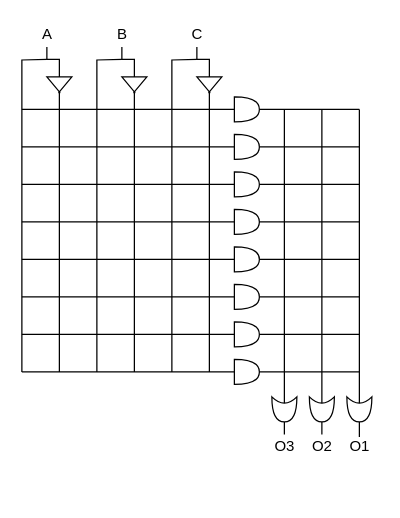
Above: Untitled Diagram.drawio in bubblecup/webserverfunds (draw.io), before the change. Source tidied: cells renumbered, new cells numbered last; positions are measured from the earlier drawing's top-left corner, leaving out a move shared by most shapes. Both pictures are drawn from the tidied source at 125%, with x=0, y=0 at pixel (21, 21).
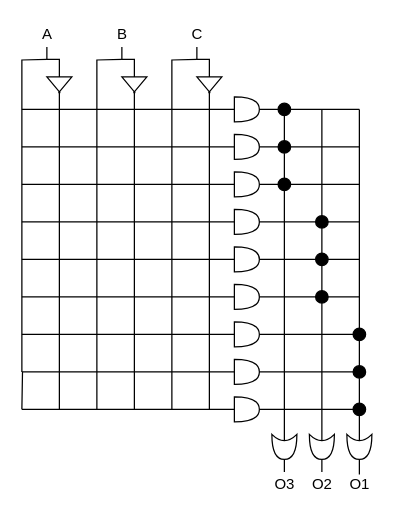
The same diagram, later.

Unchanged cells that the change refers to:
```xml
<mxCell id="4" style="shape=or;whiteSpace=wrap;html=1;" parent="1" vertex="1">
  <mxGeometry x="170" y="60" width="20" height="20" as="geometry" />
</mxCell>
<mxCell id="10" style="verticalLabelPosition=bottom;shadow=0;dashed=0;align=center;fillColor=#ffffff;html=1;verticalAlign=top;strokeWidth=1;shape=mxgraph.electrical.logic_gates.buffer2;negating=1;rotation=90;" parent="1" vertex="1">
  <mxGeometry x="20" y="40" width="20" height="20" as="geometry" />
</mxCell>
<mxCell id="15" style="verticalLabelPosition=bottom;shadow=0;dashed=0;align=center;fillColor=#ffffff;html=1;verticalAlign=top;strokeWidth=1;shape=mxgraph.electrical.logic_gates.buffer2;negating=1;rotation=90;" parent="1" vertex="1">
  <mxGeometry x="80" y="40" width="20" height="20" as="geometry" />
</mxCell>
<mxCell id="20" style="verticalLabelPosition=bottom;shadow=0;dashed=0;align=center;fillColor=#ffffff;html=1;verticalAlign=top;strokeWidth=1;shape=mxgraph.electrical.logic_gates.buffer2;negating=1;rotation=90;" parent="1" vertex="1">
  <mxGeometry x="140" y="40" width="20" height="20" as="geometry" />
</mxCell>
<mxCell id="43" style="shape=or;whiteSpace=wrap;html=1;" parent="1" vertex="1">
  <mxGeometry x="170" y="270" width="20" height="20" as="geometry" />
</mxCell>
```

What changed in the source:
```diff
@@
-    <mxCell id="3" style="edgeStyle=orthogonalEdgeStyle;rounded=0;jettySize=auto;html=1;exitX=1;exitY=0.5;exitDx=0;exitDy=0;exitPerimeter=0;startArrow=none;startFill=0;endArrow=none;endFill=0;" parent="1" edge="1" source="4">
+    <mxCell id="3" style="edgeStyle=orthogonalEdgeStyle;rounded=0;jettySize=auto;html=1;exitX=1;exitY=0.5;exitDx=0;exitDy=0;exitPerimeter=0;startArrow=none;startFill=0;endArrow=none;endFill=0;" parent="1" edge="1" source="59">
       <mxGeometry relative="1" as="geometry">
         <mxPoint x="270" y="70" as="targetPoint" />
       </mxGeometry>
     </mxCell>
+    <mxCell id="53" style="edgeStyle=orthogonalEdgeStyle;rounded=0;jettySize=auto;html=1;exitX=1;exitY=0.5;exitDx=0;exitDy=0;exitPerimeter=0;startArrow=none;startFill=0;endArrow=none;endFill=0;entryX=0;entryY=0.5;entryDx=0;entryDy=0;" parent="1" edge="1" source="4" target="59">
+      <mxGeometry relative="1" as="geometry" />
+    </mxCell>
@@
-    <mxCell id="6" style="edgeStyle=orthogonalEdgeStyle;rounded=0;jettySize=auto;html=1;exitX=0.25;exitY=0.5;exitDx=0;exitDy=0;exitPerimeter=0;startArrow=none;startFill=0;endArrow=none;endFill=0;" parent="1" edge="1" source="7">
+    <mxCell id="6" style="edgeStyle=orthogonalEdgeStyle;rounded=0;jettySize=auto;html=1;exitX=0.25;exitY=0.5;exitDx=0;exitDy=0;exitPerimeter=0;startArrow=none;startFill=0;endArrow=none;endFill=0;" parent="1" edge="1" source="57">
       <mxGeometry relative="1" as="geometry">
         <mxPoint x="210" y="70" as="targetPoint" />
       </mxGeometry>
     </mxCell>
     <mxCell id="7" style="shape=xor;whiteSpace=wrap;html=1;rotation=90;" parent="1" vertex="1">
-      <mxGeometry x="200" y="300" width="20" height="20" as="geometry" />
+      <mxGeometry x="200" y="330" width="20" height="20" as="geometry" />
     </mxCell>
@@
     <mxCell id="9" style="edgeStyle=orthogonalEdgeStyle;rounded=0;jettySize=auto;html=1;exitX=1;exitY=0.5;exitDx=0;exitDy=0;startArrow=none;startFill=0;endArrow=none;endFill=0;" parent="1" edge="1" source="10">
       <mxGeometry relative="1" as="geometry">
-        <mxPoint x="30" y="280" as="targetPoint" />
+        <mxPoint x="30" y="310" as="targetPoint" />
       </mxGeometry>
     </mxCell>
@@
     <mxCell id="14" style="edgeStyle=orthogonalEdgeStyle;rounded=0;jettySize=auto;html=1;exitX=1;exitY=0.5;exitDx=0;exitDy=0;startArrow=none;startFill=0;endArrow=none;endFill=0;" parent="1" edge="1" source="15">
       <mxGeometry relative="1" as="geometry">
-        <mxPoint x="90" y="280" as="targetPoint" />
+        <mxPoint x="90" y="310" as="targetPoint" />
       </mxGeometry>
     </mxCell>
@@
     <mxCell id="16" style="edgeStyle=orthogonalEdgeStyle;rounded=0;orthogonalLoop=1;jettySize=auto;html=1;startArrow=none;startFill=0;endArrow=none;endFill=0;" parent="1" edge="1">
       <mxGeometry relative="1" as="geometry">
         <mxPoint x="80" y="30" as="sourcePoint" />
-        <mxPoint x="60" y="280" as="targetPoint" />
+        <mxPoint x="60" y="310" as="targetPoint" />
       </mxGeometry>
     </mxCell>
@@
     <mxCell id="19" style="edgeStyle=orthogonalEdgeStyle;rounded=0;jettySize=auto;html=1;exitX=1;exitY=0.5;exitDx=0;exitDy=0;startArrow=none;startFill=0;endArrow=none;endFill=0;" parent="1" edge="1" source="20">
       <mxGeometry relative="1" as="geometry">
-        <mxPoint x="150" y="280" as="targetPoint" />
+        <mxPoint x="150" y="310" as="targetPoint" />
       </mxGeometry>
     </mxCell>
@@
     <mxCell id="21" style="edgeStyle=orthogonalEdgeStyle;rounded=0;orthogonalLoop=1;jettySize=auto;html=1;startArrow=none;startFill=0;endArrow=none;endFill=0;" parent="1" edge="1">
       <mxGeometry relative="1" as="geometry">
         <mxPoint x="140" y="30" as="sourcePoint" />
-        <mxPoint x="120" y="280" as="targetPoint" />
+        <mxPoint x="120" y="310" as="targetPoint" />
       </mxGeometry>
     </mxCell>
@@
     <mxCell id="41" style="edgeStyle=orthogonalEdgeStyle;rounded=0;jettySize=auto;html=1;exitX=0;exitY=0.5;exitDx=0;exitDy=0;exitPerimeter=0;startArrow=none;startFill=0;endArrow=none;endFill=0;" parent="1" edge="1" source="43">
       <mxGeometry relative="1" as="geometry">
-        <mxPoint y="280" as="targetPoint" />
+        <mxPoint y="310" as="targetPoint" />
       </mxGeometry>
     </mxCell>
@@
-    <mxCell id="45" style="edgeStyle=orthogonalEdgeStyle;rounded=0;jettySize=auto;html=1;exitX=0.25;exitY=0.5;exitDx=0;exitDy=0;exitPerimeter=0;startArrow=none;startFill=0;endArrow=none;endFill=0;" parent="1" edge="1" source="46">
+    <mxCell id="45" style="edgeStyle=orthogonalEdgeStyle;rounded=0;jettySize=auto;html=1;exitX=0.25;exitY=0.5;exitDx=0;exitDy=0;exitPerimeter=0;startArrow=none;startFill=0;endArrow=none;endFill=0;" parent="1" edge="1" source="68">
       <mxGeometry relative="1" as="geometry">
         <mxPoint x="270" y="70" as="targetPoint" />
+        <Array as="points">
+          <mxPoint x="270" y="250" />
+        </Array>
       </mxGeometry>
     </mxCell>
     <mxCell id="46" style="shape=xor;whiteSpace=wrap;html=1;rotation=90;" parent="1" vertex="1">
-      <mxGeometry x="260" y="300" width="20" height="20" as="geometry" />
+      <mxGeometry x="260" y="330" width="20" height="20" as="geometry" />
     </mxCell>
@@
-    <mxCell id="48" style="edgeStyle=orthogonalEdgeStyle;rounded=0;jettySize=auto;html=1;exitX=0.25;exitY=0.5;exitDx=0;exitDy=0;exitPerimeter=0;startArrow=none;startFill=0;endArrow=none;endFill=0;" parent="1" edge="1" source="49">
+    <mxCell id="48" style="edgeStyle=orthogonalEdgeStyle;rounded=0;jettySize=auto;html=1;exitX=0.5;exitY=0;exitDx=0;exitDy=0;startArrow=none;startFill=0;endArrow=none;endFill=0;" parent="1" edge="1" source="62">
       <mxGeometry relative="1" as="geometry">
         <mxPoint x="240" y="70" as="targetPoint" />
+        <Array as="points">
+          <mxPoint x="240" y="130" />
+          <mxPoint x="240" y="130" />
+        </Array>
       </mxGeometry>
     </mxCell>
     <mxCell id="49" style="shape=xor;whiteSpace=wrap;html=1;rotation=90;" parent="1" vertex="1">
-      <mxGeometry x="230" y="300" width="20" height="20" as="geometry" />
+      <mxGeometry x="230" y="330" width="20" height="20" as="geometry" />
     </mxCell>
     <mxCell id="50" value="O3" style="text;html=1;points=[];align=center;verticalAlign=top;spacingTop=-4;" parent="1" vertex="1">
-      <mxGeometry x="195" y="330" width="30" height="20" as="geometry" />
+      <mxGeometry x="195" y="360" width="30" height="20" as="geometry" />
     </mxCell>
     <mxCell id="51" value="O2" style="text;html=1;points=[];align=center;verticalAlign=top;spacingTop=-4;" parent="1" vertex="1">
-      <mxGeometry x="225" y="330" width="30" height="20" as="geometry" />
+      <mxGeometry x="225" y="360" width="30" height="20" as="geometry" />
     </mxCell>
     <mxCell id="52" value="O1" style="text;html=1;points=[];align=center;verticalAlign=top;spacingTop=-4;" parent="1" vertex="1">
-      <mxGeometry x="255" y="330" width="30" height="20" as="geometry" />
+      <mxGeometry x="255" y="360" width="30" height="20" as="geometry" />
     </mxCell>
+    <mxCell id="54" style="edgeStyle=orthogonalEdgeStyle;rounded=0;jettySize=auto;html=1;exitX=0;exitY=0.5;exitDx=0;exitDy=0;exitPerimeter=0;startArrow=none;startFill=0;endArrow=none;endFill=0;" parent="1" edge="1" source="56">
+      <mxGeometry relative="1" as="geometry">
+        <mxPoint y="310" as="targetPoint" />
+      </mxGeometry>
+    </mxCell>
+    <mxCell id="55" style="edgeStyle=orthogonalEdgeStyle;rounded=0;jettySize=auto;html=1;exitX=1;exitY=0.5;exitDx=0;exitDy=0;exitPerimeter=0;startArrow=none;startFill=0;endArrow=none;endFill=0;" parent="1" edge="1" source="56">
+      <mxGeometry relative="1" as="geometry">
+        <mxPoint x="270" y="310" as="targetPoint" />
+      </mxGeometry>
+    </mxCell>
+    <mxCell id="56" style="shape=or;whiteSpace=wrap;html=1;" parent="1" vertex="1">
+      <mxGeometry x="170" y="300" width="20" height="20" as="geometry" />
+    </mxCell>
+    <mxCell id="57" style="ellipse;whiteSpace=wrap;html=1;fillColor=#000000;" parent="1" vertex="1">
+      <mxGeometry x="205" y="95" width="10" height="10" as="geometry" />
+    </mxCell>
+    <mxCell id="58" style="edgeStyle=orthogonalEdgeStyle;rounded=0;jettySize=auto;html=1;exitX=0.25;exitY=0.5;exitDx=0;exitDy=0;exitPerimeter=0;startArrow=none;startFill=0;endArrow=none;endFill=0;" parent="1" edge="1" source="60" target="57">
+      <mxGeometry relative="1" as="geometry">
+        <Array as="points">
+          <mxPoint x="210" y="120" />
+          <mxPoint x="210" y="120" />
+        </Array>
+      </mxGeometry>
+    </mxCell>
+    <mxCell id="59" style="ellipse;whiteSpace=wrap;html=1;fillColor=#000000;" parent="1" vertex="1">
+      <mxGeometry x="205" y="65" width="10" height="10" as="geometry" />
+    </mxCell>
+    <mxCell id="60" style="ellipse;whiteSpace=wrap;html=1;fillColor=#000000;" parent="1" vertex="1">
+      <mxGeometry x="205" y="125" width="10" height="10" as="geometry" />
+    </mxCell>
+    <mxCell id="61" style="edgeStyle=orthogonalEdgeStyle;rounded=0;jettySize=auto;html=1;exitX=0.25;exitY=0.5;exitDx=0;exitDy=0;exitPerimeter=0;startArrow=none;startFill=0;endArrow=none;endFill=0;" parent="1" edge="1" source="7" target="60">
+      <mxGeometry relative="1" as="geometry" />
+    </mxCell>
+    <mxCell id="62" style="ellipse;whiteSpace=wrap;html=1;fillColor=#000000;" parent="1" vertex="1">
+      <mxGeometry x="235" y="155" width="10" height="10" as="geometry" />
+    </mxCell>
+    <mxCell id="63" style="edgeStyle=orthogonalEdgeStyle;rounded=0;jettySize=auto;html=1;exitX=0.25;exitY=0.5;exitDx=0;exitDy=0;exitPerimeter=0;startArrow=none;startFill=0;endArrow=none;endFill=0;" parent="1" edge="1" source="64" target="62">
+      <mxGeometry relative="1" as="geometry">
+        <Array as="points">
+          <mxPoint x="240" y="180" />
+          <mxPoint x="240" y="180" />
+        </Array>
+      </mxGeometry>
+    </mxCell>
+    <mxCell id="64" style="ellipse;whiteSpace=wrap;html=1;fillColor=#000000;" parent="1" vertex="1">
+      <mxGeometry x="235" y="185" width="10" height="10" as="geometry" />
+    </mxCell>
+    <mxCell id="65" style="edgeStyle=orthogonalEdgeStyle;rounded=0;jettySize=auto;html=1;exitX=0.25;exitY=0.5;exitDx=0;exitDy=0;exitPerimeter=0;startArrow=none;startFill=0;endArrow=none;endFill=0;" parent="1" edge="1" source="66" target="64">
+      <mxGeometry relative="1" as="geometry">
+        <Array as="points">
+          <mxPoint x="240" y="210" />
+          <mxPoint x="240" y="210" />
+        </Array>
+      </mxGeometry>
+    </mxCell>
+    <mxCell id="66" style="ellipse;whiteSpace=wrap;html=1;fillColor=#000000;" parent="1" vertex="1">
+      <mxGeometry x="235" y="215" width="10" height="10" as="geometry" />
+    </mxCell>
+    <mxCell id="67" style="edgeStyle=orthogonalEdgeStyle;rounded=0;jettySize=auto;html=1;exitX=0.25;exitY=0.5;exitDx=0;exitDy=0;exitPerimeter=0;startArrow=none;startFill=0;endArrow=none;endFill=0;" parent="1" edge="1" source="49" target="66">
+      <mxGeometry relative="1" as="geometry" />
+    </mxCell>
+    <mxCell id="68" style="ellipse;whiteSpace=wrap;html=1;fillColor=#000000;" parent="1" vertex="1">
+      <mxGeometry x="265" y="245" width="10" height="10" as="geometry" />
+    </mxCell>
+    <mxCell id="69" style="edgeStyle=orthogonalEdgeStyle;rounded=0;jettySize=auto;html=1;exitX=0.25;exitY=0.5;exitDx=0;exitDy=0;exitPerimeter=0;startArrow=none;startFill=0;endArrow=none;endFill=0;" parent="1" edge="1" source="70" target="68">
+      <mxGeometry relative="1" as="geometry">
+        <Array as="points">
+          <mxPoint x="270" y="260" />
+          <mxPoint x="270" y="260" />
+        </Array>
+      </mxGeometry>
+    </mxCell>
+    <mxCell id="70" style="ellipse;whiteSpace=wrap;html=1;fillColor=#000000;" parent="1" vertex="1">
+      <mxGeometry x="265" y="275" width="10" height="10" as="geometry" />
+    </mxCell>
+    <mxCell id="71" style="edgeStyle=orthogonalEdgeStyle;rounded=0;jettySize=auto;html=1;exitX=0.25;exitY=0.5;exitDx=0;exitDy=0;exitPerimeter=0;startArrow=none;startFill=0;endArrow=none;endFill=0;" parent="1" edge="1" source="72" target="70">
+      <mxGeometry relative="1" as="geometry">
+        <Array as="points">
+          <mxPoint x="270" y="300" />
+          <mxPoint x="270" y="300" />
+        </Array>
+      </mxGeometry>
+    </mxCell>
+    <mxCell id="72" style="ellipse;whiteSpace=wrap;html=1;fillColor=#000000;" parent="1" vertex="1">
+      <mxGeometry x="265" y="305" width="10" height="10" as="geometry" />
+    </mxCell>
+    <mxCell id="73" style="edgeStyle=orthogonalEdgeStyle;rounded=0;jettySize=auto;html=1;exitX=0.25;exitY=0.5;exitDx=0;exitDy=0;exitPerimeter=0;startArrow=none;startFill=0;endArrow=none;endFill=0;" parent="1" edge="1" source="46" target="72">
+      <mxGeometry relative="1" as="geometry" />
+    </mxCell>
```
